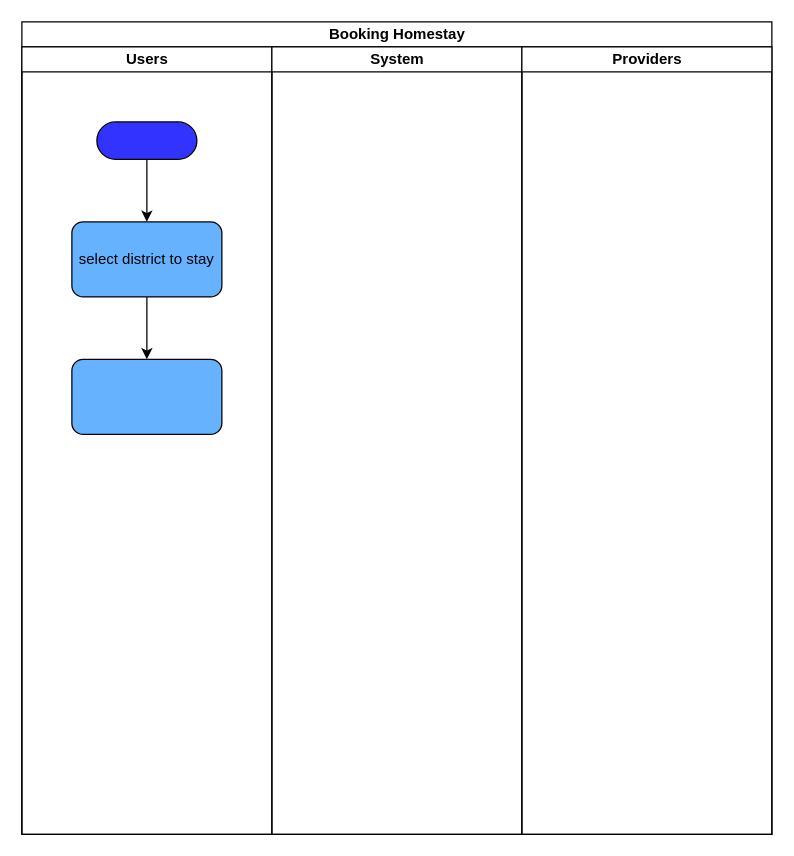
Before: page "user booking homestay" (5 of 8) of banpin_app_data_flow.drawio in thunwara/BanPinExploreDocument, a draw.io diagram. Source tidied: cells renumbered, new cells numbered last; positions are measured from the earlier drawing's top-left corner, leaving out a move shared by most shapes. Both pictures are drawn from the tidied source at 125%, with x=0, y=0 at pixel (21, 21).
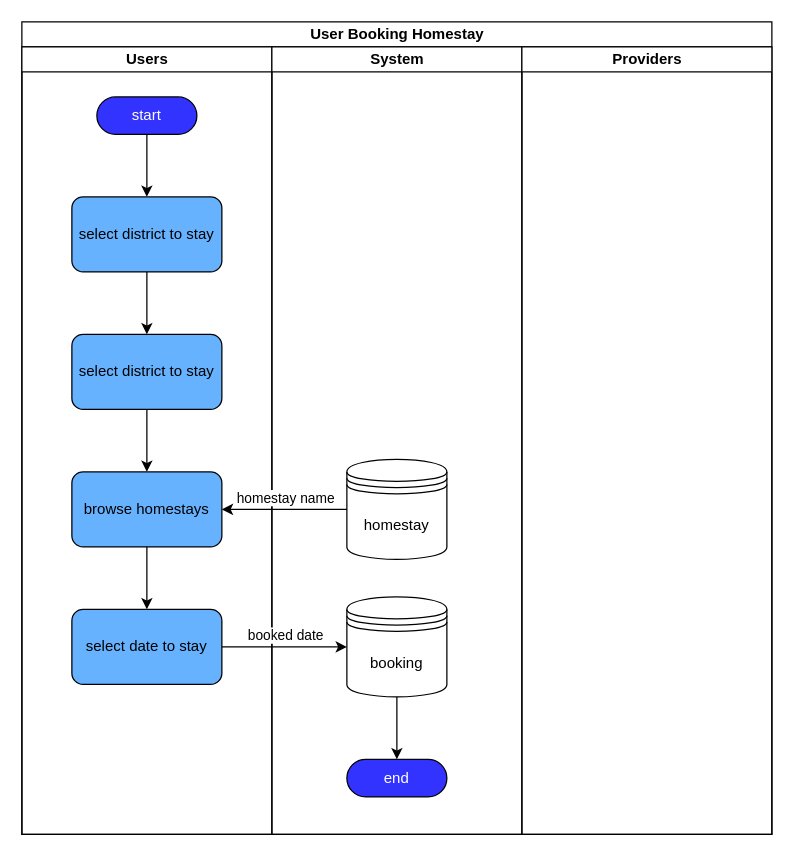
The same diagram, later.

Unchanged cells that the change refers to:
```xml
<mxCell id="3" value="Users" style="swimlane;startSize=20;html=1;" parent="2" vertex="1">
  <mxGeometry y="20" width="200" height="630" as="geometry" />
</mxCell>
```

The edit, as a diff of the source:
```diff
@@
-    <mxCell id="2" value="Booking Homestay" style="swimlane;startSize=20;html=1;" parent="1" vertex="1">
+    <mxCell id="2" value="User Booking Homestay" style="swimlane;startSize=20;html=1;" parent="1" vertex="1">
       <mxGeometry width="600" height="650" as="geometry" />
     </mxCell>
@@
+    <mxCell id="9" value="System" style="swimlane;startSize=20;html=1;" parent="2" vertex="1">
+      <mxGeometry x="200" y="20" width="200" height="630" as="geometry" />
+    </mxCell>
-    <mxCell id="4" style="edgeStyle=orthogonalEdgeStyle;rounded=0;jettySize=auto;html=1;entryX=0.5;entryY=0;entryDx=0;entryDy=0;" parent="3" edge="1" source="5" target="7">
+    <mxCell id="4" style="edgeStyle=orthogonalEdgeStyle;rounded=0;jettySize=auto;html=1;entryX=0.5;entryY=0;entryDx=0;entryDy=0;" parent="9" edge="1" source="5" target="7">
       <mxGeometry relative="1" as="geometry" />
     </mxCell>
-    <mxCell id="5" style="html=1;dashed=0;whiteSpace=wrap;shape=mxgraph.dfd.start;fillColor=#3333FF;" parent="3" vertex="1">
-      <mxGeometry x="60" y="60" width="80" height="30" as="geometry" />
+    <mxCell id="5" value="&lt;font color=&quot;#ffffff&quot;&gt;start&lt;/font&gt;" style="html=1;dashed=0;whiteSpace=wrap;shape=mxgraph.dfd.start;fillColor=#3333FF;" parent="9" vertex="1">
+      <mxGeometry x="-140" y="40" width="80" height="30" as="geometry" />
     </mxCell>
-    <mxCell id="6" style="edgeStyle=orthogonalEdgeStyle;rounded=0;jettySize=auto;html=1;" parent="3" edge="1" source="7" target="8">
-      <mxGeometry relative="1" as="geometry" />
-    </mxCell>
+    <mxCell id="11" style="edgeStyle=orthogonalEdgeStyle;rounded=0;jettySize=auto;html=1;entryX=0.5;entryY=0;entryDx=0;entryDy=0;" parent="9" edge="1" source="7" target="12">
+      <mxGeometry relative="1" as="geometry" />
+    </mxCell>
-    <mxCell id="7" value="select district to stay" style="rounded=1;whiteSpace=wrap;html=1;fillColor=#66B2FF;" parent="3" vertex="1">
-      <mxGeometry x="40" y="140" width="120" height="60" as="geometry" />
+    <mxCell id="7" value="select district to stay" style="rounded=1;whiteSpace=wrap;html=1;fillColor=#66B2FF;" parent="9" vertex="1">
+      <mxGeometry x="-160" y="120" width="120" height="60" as="geometry" />
     </mxCell>
+    <mxCell id="12" value="select district to stay" style="rounded=1;whiteSpace=wrap;html=1;fillColor=#66B2FF;" parent="9" vertex="1">
+      <mxGeometry x="-160" y="230" width="120" height="60" as="geometry" />
+    </mxCell>
+    <mxCell id="13" value="browse homestays" style="whiteSpace=wrap;html=1;fillColor=#66B2FF;rounded=1;" parent="9" vertex="1">
+      <mxGeometry x="-160" y="340" width="120" height="60" as="geometry" />
+    </mxCell>
+    <mxCell id="14" style="edgeStyle=orthogonalEdgeStyle;rounded=0;jettySize=auto;html=1;entryX=0.5;entryY=0;entryDx=0;entryDy=0;" parent="9" edge="1" source="12" target="13">
+      <mxGeometry relative="1" as="geometry" />
+    </mxCell>
-    <mxCell id="8" style="whiteSpace=wrap;html=1;fillColor=#66B2FF;rounded=1;" parent="3" vertex="1">
-      <mxGeometry x="40" y="250" width="120" height="60" as="geometry" />
+    <mxCell id="8" value="select date to stay" style="whiteSpace=wrap;html=1;fillColor=#66B2FF;rounded=1;" parent="9" vertex="1">
+      <mxGeometry x="-160" y="450" width="120" height="60" as="geometry" />
     </mxCell>
-    <mxCell id="9" value="System" style="swimlane;startSize=20;html=1;" parent="2" vertex="1">
-      <mxGeometry x="200" y="20" width="200" height="630" as="geometry" />
-    </mxCell>
+    <mxCell id="15" style="edgeStyle=orthogonalEdgeStyle;rounded=0;jettySize=auto;html=1;entryX=0.5;entryY=0;entryDx=0;entryDy=0;" parent="9" edge="1" source="13" target="8">
+      <mxGeometry relative="1" as="geometry" />
+    </mxCell>
+    <mxCell id="16" value="booking" style="shape=datastore;whiteSpace=wrap;html=1;" parent="9" vertex="1">
+      <mxGeometry x="60" y="440" width="80" height="80" as="geometry" />
+    </mxCell>
+    <mxCell id="17" value="&lt;font color=&quot;#ffffff&quot;&gt;end&lt;/font&gt;" style="html=1;dashed=0;whiteSpace=wrap;shape=mxgraph.dfd.start;fillColor=#3333FF;" parent="9" vertex="1">
+      <mxGeometry x="60" y="570" width="80" height="30" as="geometry" />
+    </mxCell>
+    <mxCell id="18" style="edgeStyle=orthogonalEdgeStyle;rounded=0;jettySize=auto;html=1;entryX=0.5;entryY=0.5;entryDx=0;entryDy=-15;entryPerimeter=0;" parent="9" edge="1" source="16" target="17">
+      <mxGeometry relative="1" as="geometry" />
+    </mxCell>
+    <mxCell id="19" value="homestay" style="shape=datastore;whiteSpace=wrap;html=1;" parent="9" vertex="1">
+      <mxGeometry x="60" y="330" width="80" height="80" as="geometry" />
+    </mxCell>
+    <mxCell id="20" style="edgeStyle=orthogonalEdgeStyle;rounded=0;jettySize=auto;html=1;entryX=1;entryY=0.5;entryDx=0;entryDy=0;" parent="9" edge="1" source="19" target="13">
+      <mxGeometry relative="1" as="geometry" />
+    </mxCell>
+    <mxCell id="21" value="homestay name" style="edgeLabel;html=1;align=center;verticalAlign=middle;" parent="20" vertex="1">
+      <mxGeometry relative="1" as="geometry">
+        <mxPoint y="-10" as="offset" />
+      </mxGeometry>
+    </mxCell>
+    <mxCell id="22" style="edgeStyle=orthogonalEdgeStyle;rounded=0;jettySize=auto;html=1;entryX=0;entryY=0.5;entryDx=0;entryDy=0;" parent="9" edge="1" source="8" target="16">
+      <mxGeometry relative="1" as="geometry" />
+    </mxCell>
+    <mxCell id="23" value="booked date" style="edgeLabel;html=1;align=center;verticalAlign=middle;" parent="22" vertex="1">
+      <mxGeometry relative="1" as="geometry">
+        <mxPoint y="-10" as="offset" />
+      </mxGeometry>
+    </mxCell>
```
